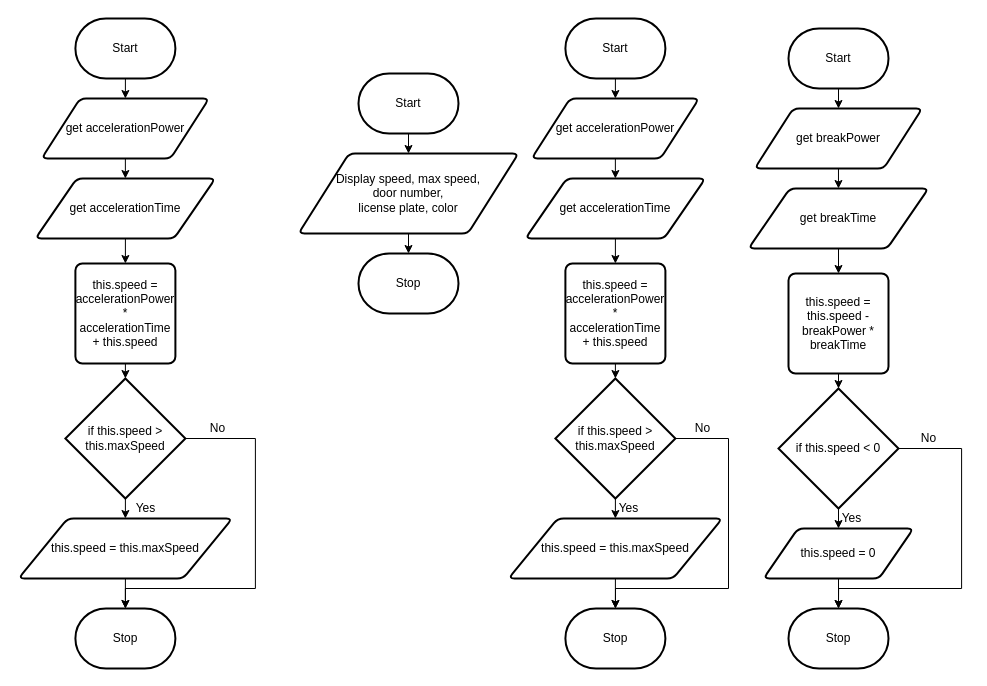
Earlier version of the draw.io diagram Unit2-05/flowchart.drawio (Troy-Appleby/ICS4U-Unit2-Troy-Appleby). Source tidied: cells renumbered, new cells numbered last; positions are measured from the earlier drawing's top-left corner, leaving out a move shared by most shapes. Both pictures are drawn from the tidied source at 100%, with x=0, y=0 at pixel (18, 18).
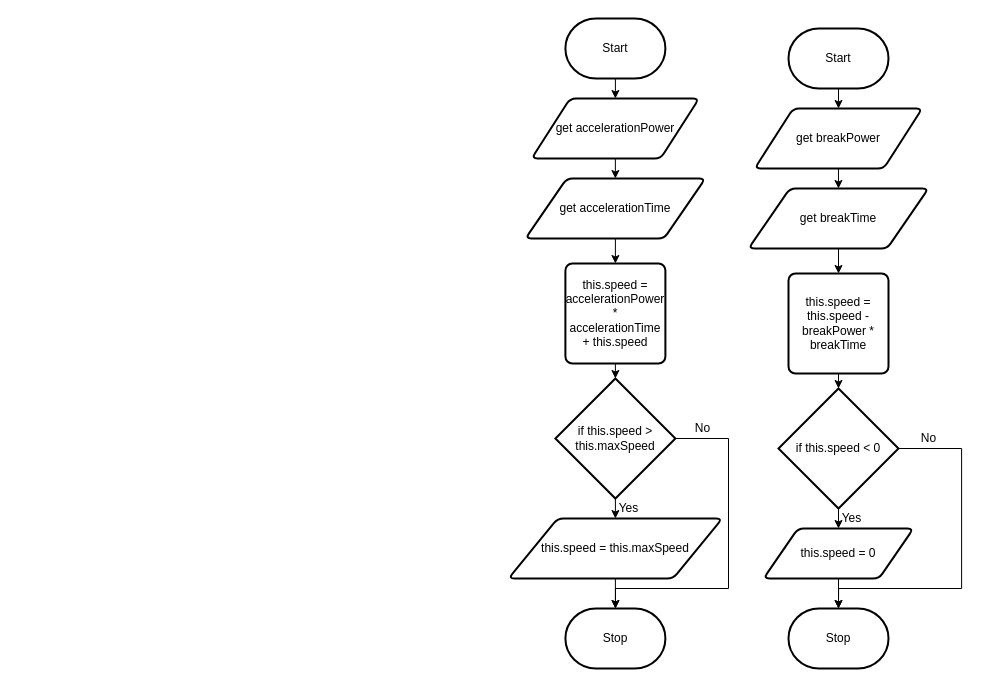
Above is the later version.

Change to the diagram source:
```diff
@@
-    <mxCell id="2" style="edgeStyle=none;html=1;" parent="1" edge="1" source="3" target="5">
-      <mxGeometry relative="1" as="geometry" />
-    </mxCell>
-    <mxCell id="3" value="Start" style="strokeWidth=2;html=1;shape=mxgraph.flowchart.terminator;whiteSpace=wrap;" parent="1" vertex="1">
-      <mxGeometry x="340" y="55" width="100" height="60" as="geometry" />
-    </mxCell>
-    <mxCell id="4" style="edgeStyle=none;html=1;" parent="1" edge="1" source="5" target="6">
-      <mxGeometry relative="1" as="geometry" />
-    </mxCell>
-    <mxCell id="5" value="Display speed, max speed, &lt;br&gt;door number, &lt;br&gt;license plate, color" style="shape=parallelogram;html=1;strokeWidth=2;perimeter=parallelogramPerimeter;whiteSpace=wrap;rounded=1;arcSize=12;size=0.23;" parent="1" vertex="1">
-      <mxGeometry x="280" y="135" width="220" height="80" as="geometry" />
-    </mxCell>
-    <mxCell id="6" value="Stop" style="strokeWidth=2;html=1;shape=mxgraph.flowchart.terminator;whiteSpace=wrap;" parent="1" vertex="1">
-      <mxGeometry x="340" y="235" width="100" height="60" as="geometry" />
-    </mxCell>
-    <mxCell id="7" style="edgeStyle=none;html=1;" parent="1" edge="1" source="8">
-      <mxGeometry relative="1" as="geometry">
-        <mxPoint x="106.9" y="80" as="targetPoint" />
-      </mxGeometry>
-    </mxCell>
-    <mxCell id="8" value="Start" style="strokeWidth=2;html=1;shape=mxgraph.flowchart.terminator;whiteSpace=wrap;" parent="1" vertex="1">
-      <mxGeometry x="56.9" width="100" height="60" as="geometry" />
-    </mxCell>
-    <mxCell id="9" style="edgeStyle=none;html=1;" parent="1" edge="1" source="10" target="12">
-      <mxGeometry relative="1" as="geometry" />
-    </mxCell>
-    <mxCell id="10" value="get accelerationPower" style="shape=parallelogram;html=1;strokeWidth=2;perimeter=parallelogramPerimeter;whiteSpace=wrap;rounded=1;arcSize=12;size=0.23;" parent="1" vertex="1">
-      <mxGeometry x="23.1" y="80" width="167.5" height="60" as="geometry" />
-    </mxCell>
-    <mxCell id="11" style="edgeStyle=none;html=1;" parent="1" edge="1" source="12" target="14">
-      <mxGeometry relative="1" as="geometry" />
-    </mxCell>
-    <mxCell id="12" value="get accelerationTime" style="shape=parallelogram;html=1;strokeWidth=2;perimeter=parallelogramPerimeter;whiteSpace=wrap;rounded=1;arcSize=12;size=0.23;" parent="1" vertex="1">
-      <mxGeometry x="16.9" y="160" width="180" height="60" as="geometry" />
-    </mxCell>
-    <mxCell id="13" style="edgeStyle=none;html=1;" parent="1" edge="1" source="14" target="17">
-      <mxGeometry relative="1" as="geometry" />
-    </mxCell>
-    <mxCell id="14" value="this.speed = accelerationPower * accelerationTime + this.speed" style="rounded=1;whiteSpace=wrap;html=1;absoluteArcSize=1;arcSize=14;strokeWidth=2;" parent="1" vertex="1">
-      <mxGeometry x="56.9" y="245" width="100" height="100" as="geometry" />
-    </mxCell>
-    <mxCell id="15" style="edgeStyle=none;html=1;" parent="1" edge="1" source="17" target="19">
-      <mxGeometry relative="1" as="geometry" />
-    </mxCell>
-    <mxCell id="16" style="edgeStyle=none;html=1;entryX=0.5;entryY=0;entryDx=0;entryDy=0;entryPerimeter=0;rounded=0;" parent="1" edge="1" source="17" target="20">
-      <mxGeometry relative="1" as="geometry">
-        <Array as="points">
-          <mxPoint x="236.9" y="420" />
-          <mxPoint x="236.9" y="570" />
-          <mxPoint x="106.9" y="570" />
-        </Array>
-      </mxGeometry>
-    </mxCell>
-    <mxCell id="17" value="if this.speed &amp;gt; this.maxSpeed" style="strokeWidth=2;html=1;shape=mxgraph.flowchart.decision;whiteSpace=wrap;" parent="1" vertex="1">
-      <mxGeometry x="46.9" y="360" width="120" height="120" as="geometry" />
-    </mxCell>
-    <mxCell id="18" style="edgeStyle=none;html=1;" parent="1" edge="1" source="19" target="20">
-      <mxGeometry relative="1" as="geometry" />
-    </mxCell>
-    <mxCell id="19" value="this.speed = this.maxSpeed" style="shape=parallelogram;html=1;strokeWidth=2;perimeter=parallelogramPerimeter;whiteSpace=wrap;rounded=1;arcSize=12;size=0.23;" parent="1" vertex="1">
-      <mxGeometry y="500" width="213.8" height="60" as="geometry" />
-    </mxCell>
-    <mxCell id="20" value="Stop" style="strokeWidth=2;html=1;shape=mxgraph.flowchart.terminator;whiteSpace=wrap;" parent="1" vertex="1">
-      <mxGeometry x="56.9" y="590" width="100" height="60" as="geometry" />
-    </mxCell>
@@
-    <mxCell id="53" value="Yes&lt;br&gt;" style="text;html=1;align=center;verticalAlign=middle;fillColor=none;strokeColor=none;rounded=0;" parent="1" vertex="1">
-      <mxGeometry x="106.9" y="480" width="40" height="20" as="geometry" />
-    </mxCell>
-    <mxCell id="54" value="No" style="text;html=1;align=center;verticalAlign=middle;fillColor=none;strokeColor=none;rounded=0;" parent="1" vertex="1">
-      <mxGeometry x="183.8" y="400" width="30" height="20" as="geometry" />
-    </mxCell>
```
